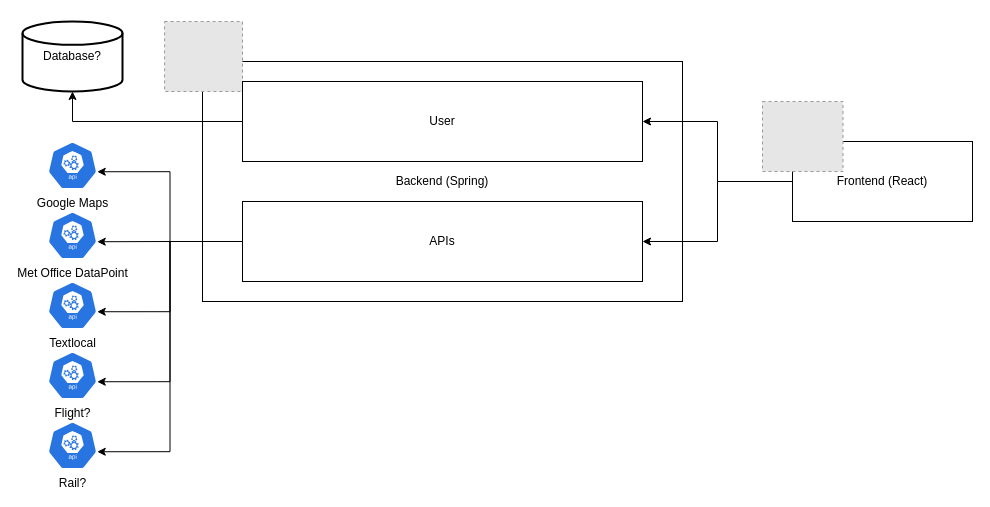
Earlier version of the draw.io diagram images/system-architecture.drawio (AdamJ-Dev/skynet-2). Source tidied: cells renumbered, new cells numbered last; positions are measured from the earlier drawing's top-left corner, leaving out a move shared by most shapes. Both pictures are drawn from the tidied source at 100%, with x=0, y=0 at pixel (22, 21). Pictures stored in the file or linked from it are replaced by grey dashed boxes.
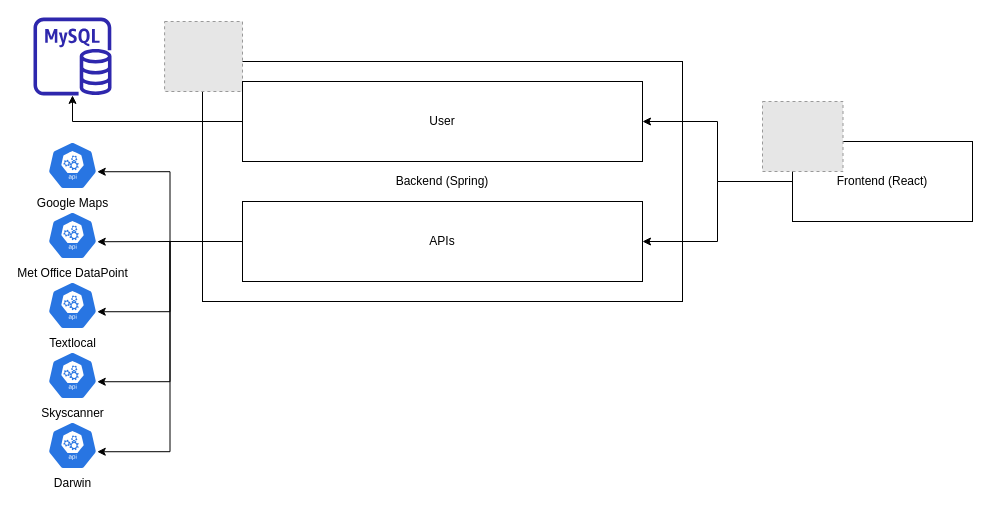
The same page after the edit.

Commit message (it also covers changes not shown here):
[1,2] Added apis for flight and rail

Unchanged cells that the change refers to:
```xml
<mxCell id="21" value="User" style="rounded=0;whiteSpace=wrap;html=1;" parent="1" vertex="1">
  <mxGeometry x="220" y="60" width="400" height="80" as="geometry" />
</mxCell>
```

What changed in the source:
```diff
@@
-    <mxCell id="3" style="edgeStyle=orthogonalEdgeStyle;rounded=0;jettySize=auto;html=1;entryX=0.5;entryY=1;entryDx=0;entryDy=0;entryPerimeter=0;endArrow=classic;endFill=1;" parent="1" edge="1" source="21" target="11">
-      <mxGeometry relative="1" as="geometry" />
+    <mxCell id="3" style="edgeStyle=orthogonalEdgeStyle;rounded=0;jettySize=auto;html=1;endArrow=classic;endFill=1;" parent="1" edge="1" source="21" target="22">
+      <mxGeometry relative="1" as="geometry">
+        <Array as="points">
+          <mxPoint x="50" y="100" />
+        </Array>
+      </mxGeometry>
     </mxCell>
@@
-    <mxCell id="11" value="Database?" style="strokeWidth=2;html=1;shape=mxgraph.flowchart.database;whiteSpace=wrap;" parent="1" vertex="1">
-      <mxGeometry width="100" height="70" as="geometry" />
-    </mxCell>
@@
-    <mxCell id="19" value="Flight?" style="sketch=0;html=1;dashed=0;whitespace=wrap;fillColor=#2875E2;strokeColor=#ffffff;points=[[0.005,0.63,0],[0.1,0.2,0],[0.9,0.2,0],[0.5,0,0],[0.995,0.63,0],[0.72,0.99,0],[0.5,1,0],[0.28,0.99,0]];verticalLabelPosition=bottom;align=center;verticalAlign=top;shape=mxgraph.kubernetes.icon;prIcon=api;" parent="1" vertex="1">
+    <mxCell id="19" value="Skyscanner" style="sketch=0;html=1;dashed=0;whitespace=wrap;fillColor=#2875E2;strokeColor=#ffffff;points=[[0.005,0.63,0],[0.1,0.2,0],[0.9,0.2,0],[0.5,0,0],[0.995,0.63,0],[0.72,0.99,0],[0.5,1,0],[0.28,0.99,0]];verticalLabelPosition=bottom;align=center;verticalAlign=top;shape=mxgraph.kubernetes.icon;prIcon=api;" parent="1" vertex="1">
       <mxGeometry x="25" y="330" width="50" height="48" as="geometry" />
     </mxCell>
-    <mxCell id="20" value="Rail?" style="sketch=0;html=1;dashed=0;whitespace=wrap;fillColor=#2875E2;strokeColor=#ffffff;points=[[0.005,0.63,0],[0.1,0.2,0],[0.9,0.2,0],[0.5,0,0],[0.995,0.63,0],[0.72,0.99,0],[0.5,1,0],[0.28,0.99,0]];verticalLabelPosition=bottom;align=center;verticalAlign=top;shape=mxgraph.kubernetes.icon;prIcon=api;" parent="1" vertex="1">
+    <mxCell id="20" value="Darwin" style="sketch=0;html=1;dashed=0;whitespace=wrap;fillColor=#2875E2;strokeColor=#ffffff;points=[[0.005,0.63,0],[0.1,0.2,0],[0.9,0.2,0],[0.5,0,0],[0.995,0.63,0],[0.72,0.99,0],[0.5,1,0],[0.28,0.99,0]];verticalLabelPosition=bottom;align=center;verticalAlign=top;shape=mxgraph.kubernetes.icon;prIcon=api;" parent="1" vertex="1">
       <mxGeometry x="25" y="400" width="50" height="48" as="geometry" />
     </mxCell>
@@
+    <mxCell id="22" style="sketch=0;outlineConnect=0;fontColor=#232F3E;gradientColor=none;fillColor=#2E27AD;strokeColor=none;dashed=0;verticalLabelPosition=bottom;verticalAlign=top;align=center;html=1;fontSize=12;fontStyle=0;shape=mxgraph.aws4.rds_mysql_instance;" parent="1" vertex="1">
+      <mxGeometry x="11" y="-4" width="78" height="78" as="geometry" />
+    </mxCell>
```
